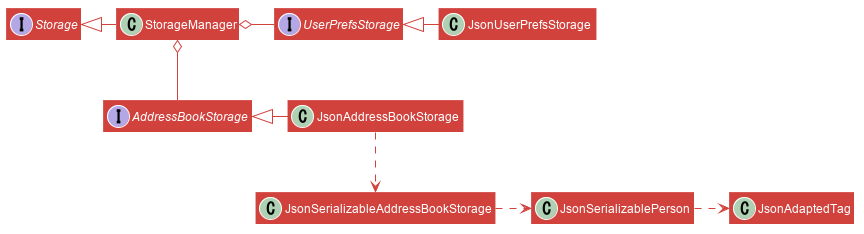
se-edu/addressbook-level4 keeps this PlantUML diagram as docs/images/storage-class-diagram.png. Above is the earlier version. Its diagram source:
```plantuml
@startuml








skinparam BackgroundColor #FFFFFFF

skinparam Shadowing false

skinparam Class {
    FontColor White
    BorderThickness 0
    BorderColor #FFFFFF
}

skinparam Actor {
    BorderColor #000000
    Color #000000
}


skinparam Sequence {
    MessageAlign center
    BoxFontSize 15
    BoxPadding 0
    BoxFontColor #FFFFFF
}


skinparam Participant {
    FontColor #FFFFFFF
    Padding 20
}

skinparam MinClassWidth 50
skinparam ParticipantPadding 10
skinparam Shadowing false
skinparam DefaultTextAlignment center

hide footbox
hide members

skinparam arrowColor #D1423D
skinparam classBackgroundColor #D1423D

Interface Storage
Interface UserPrefsStorage
Interface AddressBookStorage


Class StorageManager
Class JsonUserPrefsStorage
Class JsonAddressBookStorage



StorageManager -left-|> Storage
UserPrefsStorage -right-o StorageManager
AddressBookStorage -down-o StorageManager

JsonUserPrefsStorage -left-|> UserPrefsStorage
JsonAddressBookStorage -left-|> AddressBookStorage
JsonAddressBookStorage .down.> JsonSerializableAddressBookStorage
JsonSerializableAddressBookStorage .right.> JsonSerializablePerson
JsonSerializablePerson .right.> JsonAdaptedTag
@enduml
```
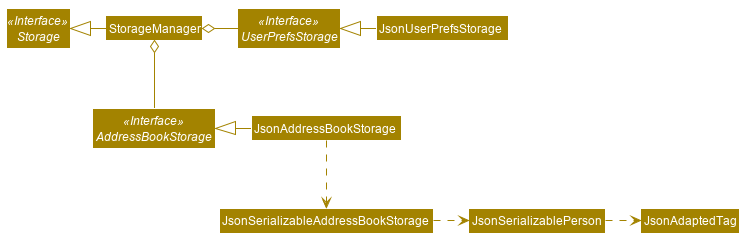
After the change.

The edit, as a diff of the source:
```diff
@@ -12,9 +12,10 @@
 skinparam Shadowing false
 
 skinparam Class {
-    FontColor White
-    BorderThickness 0
+    FontColor #FFFFFF
+    BorderThickness 1
     BorderColor #FFFFFF
+    StereotypeFontColor #FFFFFF
 }
 
 skinparam Actor {
@@ -22,14 +23,12 @@
     Color #000000
 }
 
-
 skinparam Sequence {
     MessageAlign center
     BoxFontSize 15
     BoxPadding 0
     BoxFontColor #FFFFFF
 }
-
 
 skinparam Participant {
     FontColor #FFFFFFF
@@ -40,16 +39,18 @@
 skinparam ParticipantPadding 10
 skinparam Shadowing false
 skinparam DefaultTextAlignment center
+skinparam packageStyle Rectangle
 
 hide footbox
 hide members
+hide circle
 
-skinparam arrowColor #D1423D
-skinparam classBackgroundColor #D1423D
+skinparam arrowColor #A38300
+skinparam classBackgroundColor #A38300
 
-Interface Storage
-Interface UserPrefsStorage
-Interface AddressBookStorage
+Interface Storage <<Interface>>
+Interface UserPrefsStorage <<Interface>>
+Interface AddressBookStorage <<Interface>>
 
 
 Class StorageManager
```
